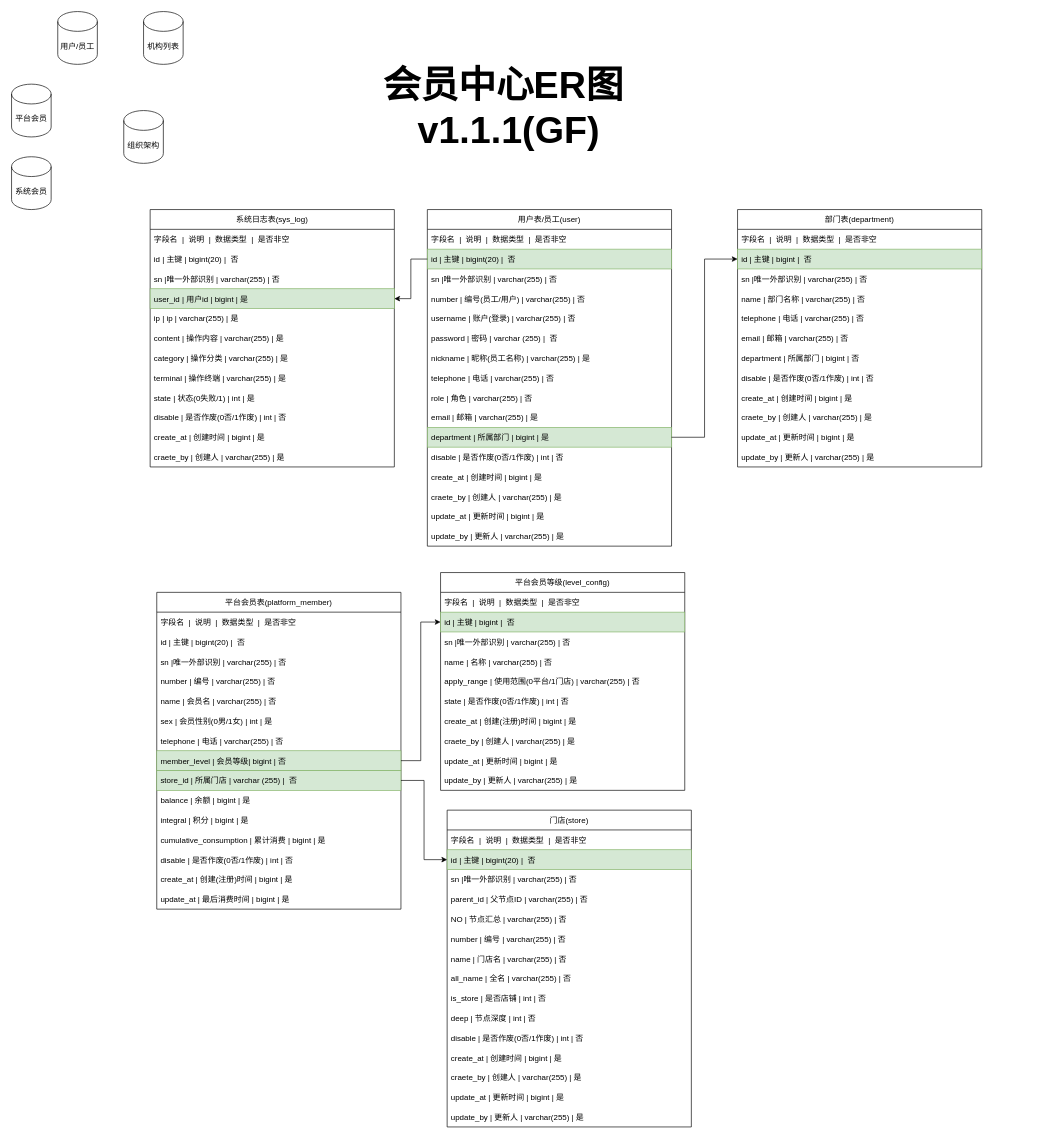
This is er/tf/会员中心.drawio from GF521123/file, a draw.io file, before an edit. Source tidied: cells renumbered, new cells numbered last; positions are measured from the earlier drawing's top-left corner, leaving out a move shared by most shapes. Both pictures are drawn from the tidied source at 66%, with x=0, y=0 at pixel (11, 11).
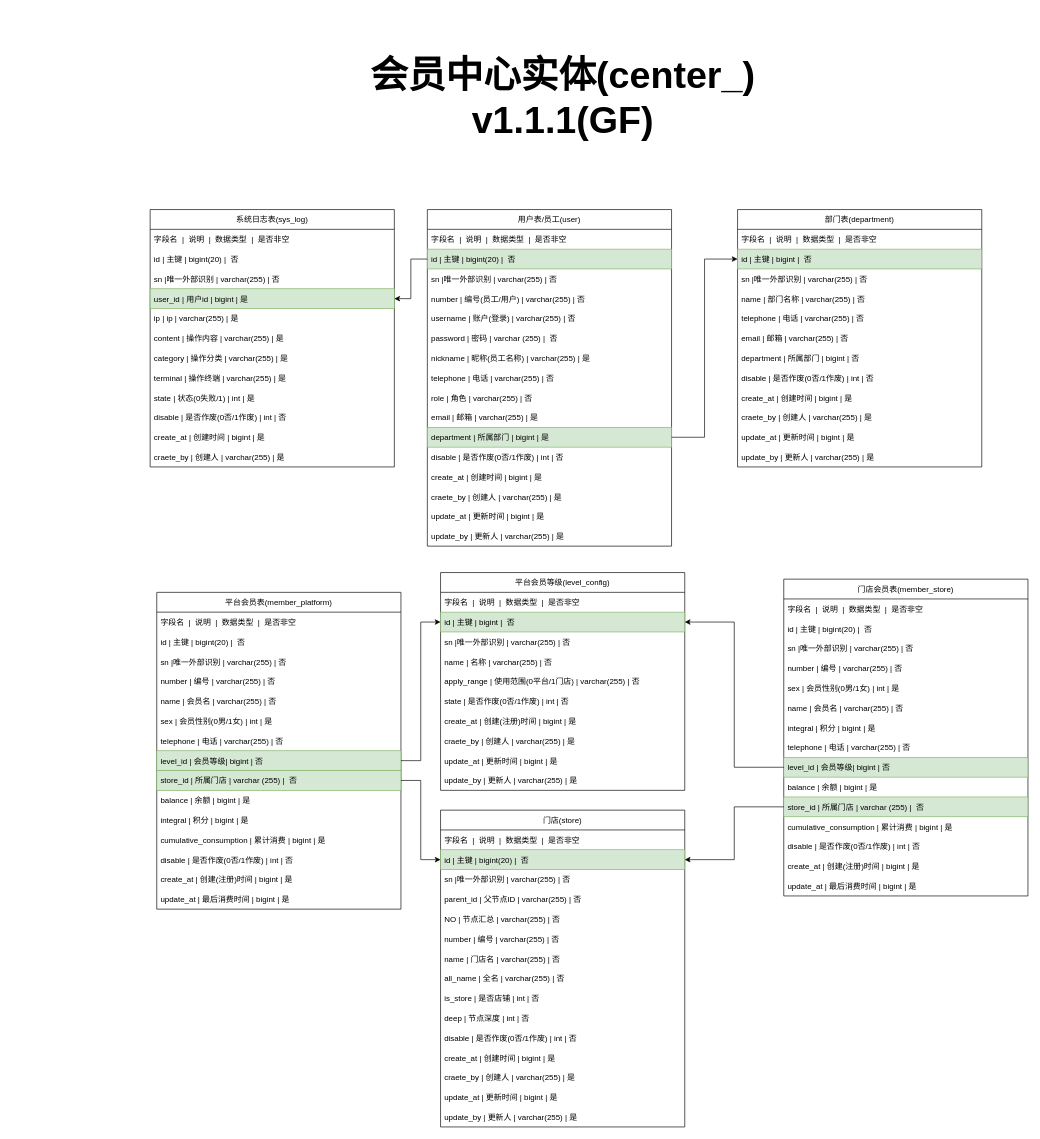
After the change.

Commit message:
更新会员中心.drawio

Unchanged cells that the change refers to:
```xml
<mxCell id="66" value="id | 主键 | bigint |  否" style="text;strokeColor=#82b366;fillColor=#d5e8d4;align=left;verticalAlign=middle;spacingLeft=4;spacingRight=4;overflow=hidden;points=[[0,0.5],[1,0.5]];portConstraint=eastwest;" parent="64" vertex="1">
  <mxGeometry y="60" width="370" height="30" as="geometry" />
</mxCell>
<mxCell id="78" value="id | 主键 | bigint(20) |  否" style="text;align=left;verticalAlign=middle;spacingLeft=4;spacingRight=4;overflow=hidden;points=[[0,0.5],[1,0.5]];portConstraint=eastwest;fillColor=#d5e8d4;strokeColor=#82b366;" parent="76" vertex="1">
  <mxGeometry y="60" width="370" height="30" as="geometry" />
</mxCell>
```

Diff of the diagram source:
```diff
@@
-    <mxCell id="2" value="&lt;font size=&quot;1&quot; color=&quot;#000000&quot;&gt;&lt;b style=&quot;font-size: 57px;&quot;&gt;会员中心ER图&lt;/b&gt;&lt;/font&gt;&lt;font size=&quot;1&quot; color=&quot;#000000&quot;&gt;&lt;b style=&quot;font-size: 57px;&quot;&gt;&lt;br&gt;&amp;nbsp;v1.1.1(&lt;/b&gt;&lt;/font&gt;&lt;b style=&quot;color: rgb(0, 0, 0); font-size: 57px;&quot;&gt;GF&lt;/b&gt;&lt;font size=&quot;1&quot; color=&quot;#000000&quot;&gt;&lt;b style=&quot;font-size: 57px;&quot;&gt;)&lt;/b&gt;&lt;/font&gt;" style="text;html=1;align=center;verticalAlign=middle;strokeColor=none;fillColor=none;fontSize=13;fontColor=#CCCCCC;" parent="1" vertex="1">
-      <mxGeometry x="550" y="70" width="390" height="150" as="geometry" />
+    <mxCell id="2" value="&lt;font size=&quot;1&quot; color=&quot;#000000&quot;&gt;&lt;b style=&quot;font-size: 57px;&quot;&gt;会员中心实体(&lt;/b&gt;&lt;/font&gt;&lt;b style=&quot;color: rgb(0, 0, 0); font-size: 57px;&quot;&gt;center_)&lt;/b&gt;&lt;font size=&quot;1&quot; color=&quot;#000000&quot;&gt;&lt;b style=&quot;font-size: 57px;&quot;&gt;&lt;br&gt;&lt;/b&gt;&lt;/font&gt;&lt;font size=&quot;1&quot; color=&quot;#000000&quot;&gt;&lt;b style=&quot;font-size: 57px;&quot;&gt;v1.1.1(&lt;/b&gt;&lt;/font&gt;&lt;b style=&quot;color: rgb(0, 0, 0); font-size: 57px;&quot;&gt;GF&lt;/b&gt;&lt;font size=&quot;1&quot; color=&quot;#000000&quot;&gt;&lt;b style=&quot;font-size: 57px;&quot;&gt;)&lt;/b&gt;&lt;/font&gt;" style="text;html=1;align=center;verticalAlign=middle;strokeColor=none;fillColor=none;fontSize=13;fontColor=#CCCCCC;" parent="1" vertex="1">
+      <mxGeometry x="530" y="55" width="610" height="150" as="geometry" />
     </mxCell>
@@
-    <mxCell id="48" value="平台会员表(platform_member)" style="swimlane;fontStyle=0;horizontal=1;startSize=30;" parent="1" vertex="1">
+    <mxCell id="48" value="平台会员表(member_platform)" style="swimlane;fontStyle=0;horizontal=1;startSize=30;" parent="1" vertex="1">
       <mxGeometry x="220" y="880" width="370" height="480" as="geometry" />
     </mxCell>
@@
-    <mxCell id="56" value="member_level | 会员等级| bigint | 否" style="text;strokeColor=#82b366;fillColor=#d5e8d4;align=left;verticalAlign=middle;spacingLeft=4;spacingRight=4;overflow=hidden;points=[[0,0.5],[1,0.5]];portConstraint=eastwest;" parent="48" vertex="1">
+    <mxCell id="56" value="level_id | 会员等级| bigint | 否" style="text;strokeColor=#82b366;fillColor=#d5e8d4;align=left;verticalAlign=middle;spacingLeft=4;spacingRight=4;overflow=hidden;points=[[0,0.5],[1,0.5]];portConstraint=eastwest;" parent="48" vertex="1">
       <mxGeometry y="240" width="370" height="30" as="geometry" />
     </mxCell>
@@
     <mxCell id="76" value="门店(store)" style="swimlane;fontStyle=0;horizontal=1;startSize=30;" parent="1" vertex="1">
-      <mxGeometry x="660" y="1210" width="370" height="480" as="geometry" />
+      <mxGeometry x="650" y="1210" width="370" height="480" as="geometry" />
     </mxCell>
@@
-    <mxCell id="93" value="用户/员工" style="shape=cylinder3;whiteSpace=wrap;html=1;boundedLbl=1;backgroundOutline=1;size=15;" parent="1" vertex="1">
-      <mxGeometry x="70" width="60" height="80" as="geometry" />
-    </mxCell>
-    <mxCell id="94" value="平台会员" style="shape=cylinder3;whiteSpace=wrap;html=1;boundedLbl=1;backgroundOutline=1;size=15;" parent="1" vertex="1">
-      <mxGeometry y="110" width="60" height="80" as="geometry" />
-    </mxCell>
-    <mxCell id="95" value="系统会员" style="shape=cylinder3;whiteSpace=wrap;html=1;boundedLbl=1;backgroundOutline=1;size=15;" parent="1" vertex="1">
-      <mxGeometry y="220" width="60" height="80" as="geometry" />
-    </mxCell>
-    <mxCell id="96" value="机构列表" style="shape=cylinder3;whiteSpace=wrap;html=1;boundedLbl=1;backgroundOutline=1;size=15;" parent="1" vertex="1">
-      <mxGeometry x="200" width="60" height="80" as="geometry" />
-    </mxCell>
-    <mxCell id="97" value="组织架构" style="shape=cylinder3;whiteSpace=wrap;html=1;boundedLbl=1;backgroundOutline=1;size=15;" parent="1" vertex="1">
-      <mxGeometry x="170" y="150" width="60" height="80" as="geometry" />
-    </mxCell>
+    <mxCell id="98" value="门店会员表(member_store)" style="swimlane;fontStyle=0;horizontal=1;startSize=30;" parent="1" vertex="1">
+      <mxGeometry x="1170" y="860" width="370" height="480" as="geometry" />
+    </mxCell>
+    <mxCell id="99" value="字段名  |  说明  |  数据类型  |  是否非空" style="text;strokeColor=none;fillColor=none;align=left;verticalAlign=middle;spacingLeft=4;spacingRight=4;overflow=hidden;" parent="98" vertex="1">
+      <mxGeometry y="30" width="370" height="30" as="geometry" />
+    </mxCell>
+    <mxCell id="100" value="id | 主键 | bigint(20) |  否" style="text;align=left;verticalAlign=middle;spacingLeft=4;spacingRight=4;overflow=hidden;" parent="98" vertex="1">
+      <mxGeometry y="60" width="370" height="30" as="geometry" />
+    </mxCell>
+    <mxCell id="101" value="sn |唯一外部识别 | varchar(255) | 否" style="text;strokeColor=none;fillColor=none;align=left;verticalAlign=middle;spacingLeft=4;spacingRight=4;overflow=hidden;" parent="98" vertex="1">
+      <mxGeometry y="90" width="370" height="30" as="geometry" />
+    </mxCell>
+    <mxCell id="102" value="number | 编号 | varchar(255) | 否" style="text;strokeColor=none;fillColor=none;align=left;verticalAlign=middle;spacingLeft=4;spacingRight=4;overflow=hidden;" parent="98" vertex="1">
+      <mxGeometry y="120" width="370" height="30" as="geometry" />
+    </mxCell>
+    <mxCell id="103" value="sex | 会员性别(0男/1女) | int | 是" style="text;strokeColor=none;fillColor=none;align=left;verticalAlign=middle;spacingLeft=4;spacingRight=4;overflow=hidden;" parent="98" vertex="1">
+      <mxGeometry y="150" width="370" height="30" as="geometry" />
+    </mxCell>
+    <mxCell id="104" value="name | 会员名 | varchar(255) | 否  " style="text;strokeColor=none;fillColor=none;align=left;verticalAlign=middle;spacingLeft=4;spacingRight=4;overflow=hidden;" parent="98" vertex="1">
+      <mxGeometry y="180" width="370" height="30" as="geometry" />
+    </mxCell>
+    <mxCell id="105" value="integral | 积分 | bigint | 是" style="text;align=left;verticalAlign=middle;spacingLeft=4;spacingRight=4;overflow=hidden;" parent="98" vertex="1">
+      <mxGeometry y="210" width="370" height="30" as="geometry" />
+    </mxCell>
+    <mxCell id="106" value="telephone | 电话 | varchar(255) | 否" style="text;strokeColor=none;fillColor=none;align=left;verticalAlign=middle;spacingLeft=4;spacingRight=4;overflow=hidden;" parent="98" vertex="1">
+      <mxGeometry y="240" width="370" height="30" as="geometry" />
+    </mxCell>
+    <mxCell id="107" value="level_id | 会员等级| bigint | 否" style="text;strokeColor=#82b366;fillColor=#d5e8d4;align=left;verticalAlign=middle;spacingLeft=4;spacingRight=4;overflow=hidden;points=[[0,0.5],[1,0.5]];portConstraint=eastwest;" parent="98" vertex="1">
+      <mxGeometry y="270" width="370" height="30" as="geometry" />
+    </mxCell>
+    <mxCell id="108" value="balance | 余额 | bigint | 是" style="text;strokeColor=none;fillColor=none;align=left;verticalAlign=middle;spacingLeft=4;spacingRight=4;overflow=hidden;" parent="98" vertex="1">
+      <mxGeometry y="300" width="370" height="30" as="geometry" />
+    </mxCell>
+    <mxCell id="109" value="store_id | 所属门店 | varchar (255) |  否" style="text;strokeColor=#82b366;fillColor=#d5e8d4;align=left;verticalAlign=middle;spacingLeft=4;spacingRight=4;overflow=hidden;points=[[0,0.5],[1,0.5]];portConstraint=eastwest;" parent="98" vertex="1">
+      <mxGeometry y="330" width="370" height="30" as="geometry" />
+    </mxCell>
+    <mxCell id="110" value="cumulative_consumption | 累计消费 | bigint | 是" style="text;strokeColor=none;fillColor=none;align=left;verticalAlign=middle;spacingLeft=4;spacingRight=4;overflow=hidden;" parent="98" vertex="1">
+      <mxGeometry y="360" width="370" height="30" as="geometry" />
+    </mxCell>
+    <mxCell id="111" value="disable | 是否作废(0否/1作废) | int | 否" style="text;strokeColor=none;fillColor=none;align=left;verticalAlign=middle;spacingLeft=4;spacingRight=4;overflow=hidden;" parent="98" vertex="1">
+      <mxGeometry y="390" width="370" height="30" as="geometry" />
+    </mxCell>
+    <mxCell id="112" value="create_at | 创建(注册)时间 | bigint | 是" style="text;strokeColor=none;fillColor=none;align=left;verticalAlign=middle;spacingLeft=4;spacingRight=4;overflow=hidden;" parent="98" vertex="1">
+      <mxGeometry y="420" width="370" height="30" as="geometry" />
+    </mxCell>
+    <mxCell id="113" value="update_at | 最后消费时间 | bigint | 是" style="text;strokeColor=none;fillColor=none;align=left;verticalAlign=middle;spacingLeft=4;spacingRight=4;overflow=hidden;" parent="98" vertex="1">
+      <mxGeometry y="450" width="370" height="30" as="geometry" />
+    </mxCell>
+    <mxCell id="114" style="edgeStyle=orthogonalEdgeStyle;rounded=0;jettySize=auto;html=1;entryX=1;entryY=0.5;entryDx=0;entryDy=0;" parent="1" edge="1" source="107" target="66">
+      <mxGeometry relative="1" as="geometry" />
+    </mxCell>
+    <mxCell id="115" style="edgeStyle=orthogonalEdgeStyle;rounded=0;jettySize=auto;html=1;entryX=1;entryY=0.5;entryDx=0;entryDy=0;" parent="1" edge="1" source="109" target="78">
+      <mxGeometry relative="1" as="geometry" />
+    </mxCell>
```
